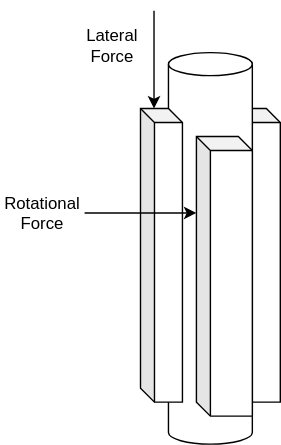
Earlier version of the draw.io export prototype/spline-design.drawio.svg (dennuguyen/desn2000). Source tidied: cells renumbered, new cells last; positions are measured from the earlier drawing's top-left corner, leaving out a move shared by most shapes. Source of this version:
```xml
<mxGraphModel background="#ffffff">
  <root>
    <mxCell id="0" />
    <mxCell id="1" parent="0" />
    <mxCell id="2" style="shape=cube;whiteSpace=wrap;html=1;boundedLbl=1;backgroundOutline=1;darkOpacity=0.05;darkOpacity2=0.1;size=10;" parent="1" vertex="1">
      <mxGeometry x="170" y="70" width="30" height="210" as="geometry" />
    </mxCell>
    <mxCell id="3" style="endArrow=classic;html=1;" parent="1" edge="1">
      <mxGeometry relative="1" as="geometry">
        <mxPoint x="109.7" as="sourcePoint" />
        <mxPoint x="109.7" y="70" as="targetPoint" />
      </mxGeometry>
    </mxCell>
    <mxCell id="4" value="Rotational Force" style="text;html=1;strokeColor=none;fillColor=none;align=center;verticalAlign=middle;whiteSpace=wrap;rounded=0;" parent="1" vertex="1">
      <mxGeometry y="130" width="60" height="30" as="geometry" />
    </mxCell>
    <mxCell id="5" value="Lateral Force" style="text;html=1;strokeColor=none;fillColor=none;align=center;verticalAlign=middle;whiteSpace=wrap;rounded=0;" parent="1" vertex="1">
      <mxGeometry x="50" y="10" width="60" height="30" as="geometry" />
    </mxCell>
    <mxCell id="6" style="shape=cylinder3;whiteSpace=wrap;html=1;boundedLbl=1;backgroundOutline=1;size=8.228585379464278;" parent="1" vertex="1">
      <mxGeometry x="120" y="30" width="60" height="280" as="geometry" />
    </mxCell>
    <mxCell id="7" style="shape=cube;whiteSpace=wrap;html=1;boundedLbl=1;backgroundOutline=1;darkOpacity=0.05;darkOpacity2=0.1;size=10;" parent="1" vertex="1">
      <mxGeometry x="100" y="70" width="30" height="210" as="geometry" />
    </mxCell>
    <mxCell id="8" style="shape=cube;whiteSpace=wrap;html=1;boundedLbl=1;backgroundOutline=1;darkOpacity=0.05;darkOpacity2=0.1;size=10;" parent="1" vertex="1">
      <mxGeometry x="140" y="90" width="40" height="200" as="geometry" />
    </mxCell>
    <mxCell id="9" style="endArrow=classic;html=1;" parent="1" edge="1">
      <mxGeometry relative="1" as="geometry">
        <mxPoint x="60" y="144.7" as="sourcePoint" />
        <mxPoint x="140" y="144.7" as="targetPoint" />
      </mxGeometry>
    </mxCell>
  </root>
</mxGraphModel>
```
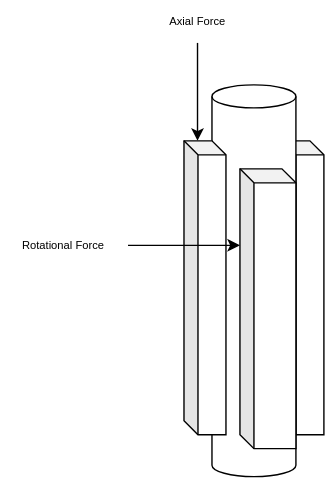
Above is the later version.

Commit message:
Clean up diagram.

Diff of the diagram source:
```diff
@@ -11,11 +11,11 @@
         <mxPoint x="109.7" y="70" as="targetPoint" />
       </mxGeometry>
     </mxCell>
-    <mxCell id="4" value="Rotational Force" style="text;html=1;strokeColor=none;fillColor=none;align=center;verticalAlign=middle;whiteSpace=wrap;rounded=0;" parent="1" vertex="1">
-      <mxGeometry y="130" width="60" height="30" as="geometry" />
+    <mxCell id="4" value="Rotational Force" style="text;html=1;strokeColor=none;fillColor=none;align=center;verticalAlign=middle;whiteSpace=wrap;rounded=0;fontSize=8;" parent="1" vertex="1">
+      <mxGeometry x="-31" y="130" width="90" height="30" as="geometry" />
     </mxCell>
-    <mxCell id="5" value="Lateral Force" style="text;html=1;strokeColor=none;fillColor=none;align=center;verticalAlign=middle;whiteSpace=wrap;rounded=0;" parent="1" vertex="1">
-      <mxGeometry x="50" y="10" width="60" height="30" as="geometry" />
+    <mxCell id="5" value="Axial Force" style="text;html=1;strokeColor=none;fillColor=none;align=center;verticalAlign=middle;whiteSpace=wrap;rounded=0;fontSize=8;" parent="1" vertex="1">
+      <mxGeometry x="80" y="-30" width="60" height="30" as="geometry" />
     </mxCell>
     <mxCell id="6" style="shape=cylinder3;whiteSpace=wrap;html=1;boundedLbl=1;backgroundOutline=1;size=8.228585379464278;" parent="1" vertex="1">
       <mxGeometry x="120" y="30" width="60" height="280" as="geometry" />
```
